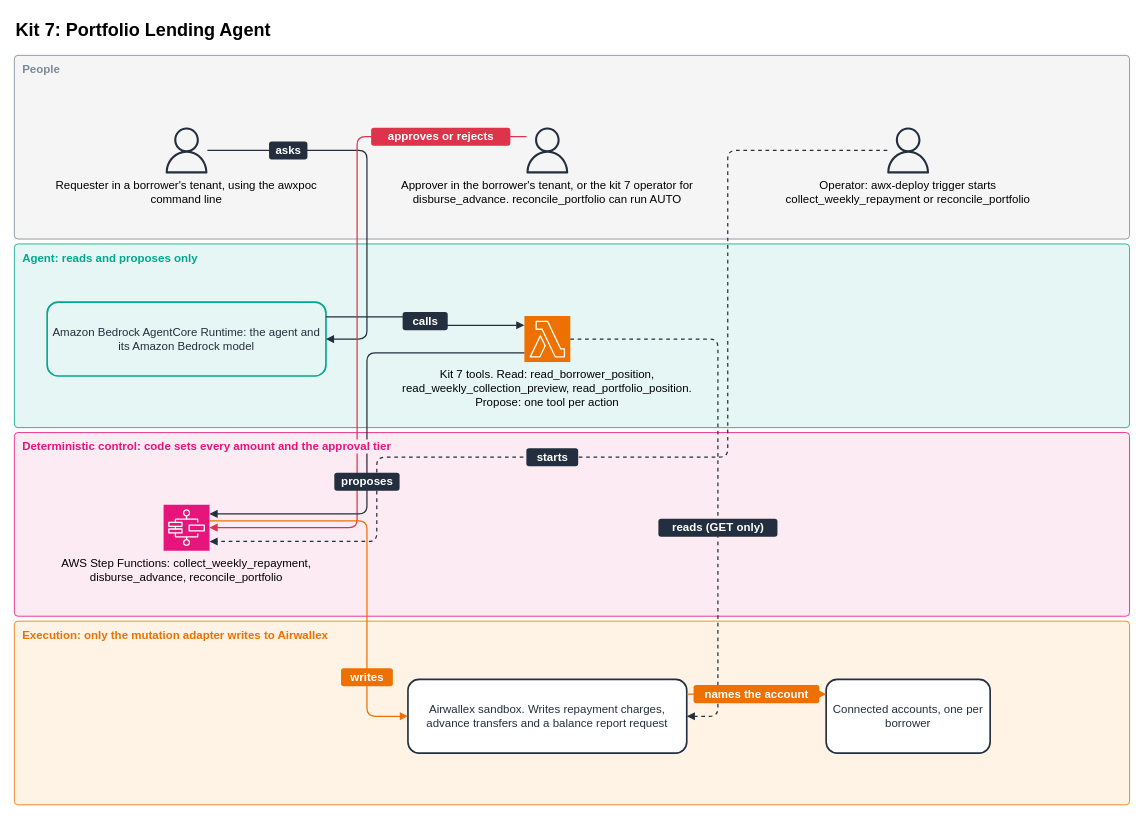
awx-devx/airwallex-agentic-banking-aws keeps this draw.io diagram as docs/architecture/overview/k7_lending.drawio. Above is the earlier version. Source tidied: cells renumbered, new cells numbered last; positions are measured from the earlier drawing's top-left corner, leaving out a move shared by most shapes. Both pictures are drawn from the tidied source at 82%, with x=0, y=0 at pixel (14, 14).
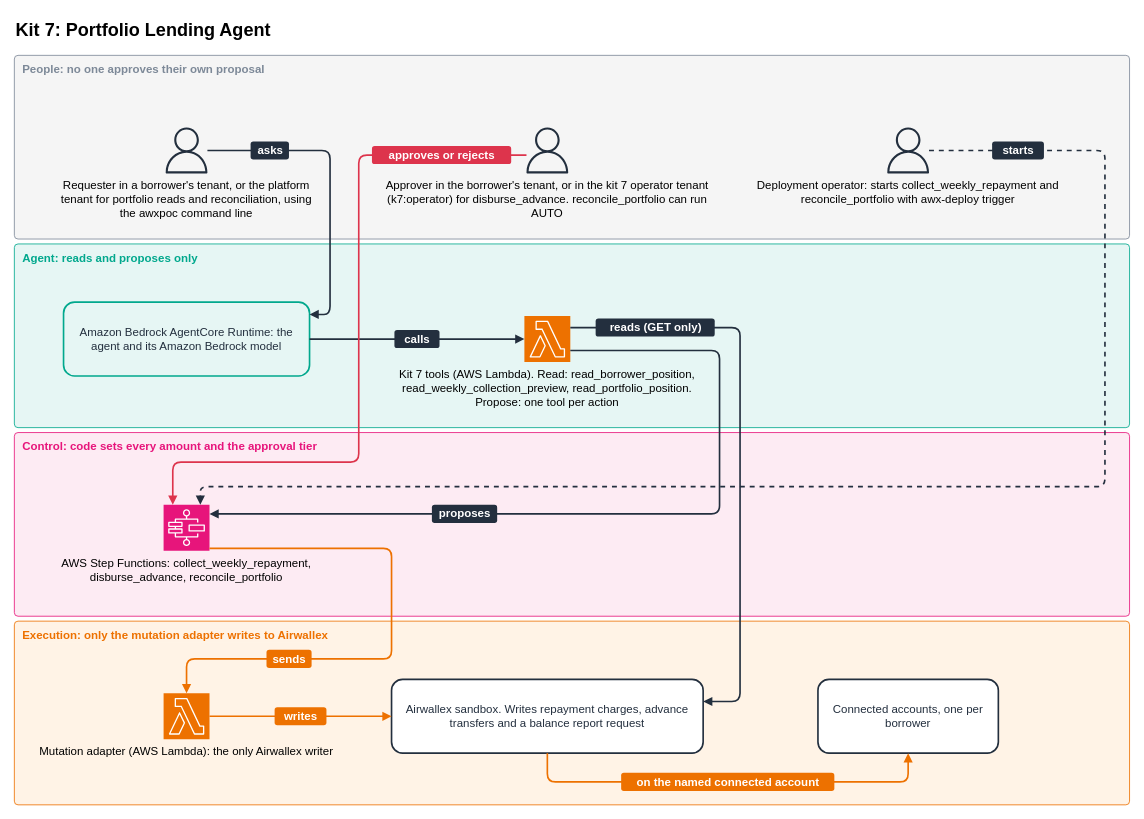
The same page after the edit.

Unchanged cells that the change refers to:
```xml
<mxCell id="7" style="sketch=0;outlineConnect=0;fontColor=#232F3E;fillColor=#232F3E;strokeColor=none;dashed=0;html=1;shape=mxgraph.aws4.user;" parent="1" vertex="1">
  <mxGeometry x="182" y="138" width="56" height="56" as="geometry" />
</mxCell>
<mxCell id="9" style="sketch=0;outlineConnect=0;fontColor=#232F3E;fillColor=#232F3E;strokeColor=none;dashed=0;html=1;shape=mxgraph.aws4.user;" parent="1" vertex="1">
  <mxGeometry x="622" y="138" width="56" height="56" as="geometry" />
</mxCell>
<mxCell id="12" style="sketch=0;outlineConnect=0;fontColor=#232F3E;fillColor=#ED7100;strokeColor=#ffffff;dashed=0;html=1;shape=mxgraph.aws4.resourceIcon;resIcon=mxgraph.aws4.lambda;" parent="1" vertex="1">
  <mxGeometry x="622" y="368" width="56" height="56" as="geometry" />
</mxCell>
<mxCell id="14" style="sketch=0;outlineConnect=0;fontColor=#232F3E;fillColor=#E7157B;strokeColor=#ffffff;dashed=0;html=1;shape=mxgraph.aws4.resourceIcon;resIcon=mxgraph.aws4.step_functions;" parent="1" vertex="1">
  <mxGeometry x="182" y="598" width="56" height="56" as="geometry" />
</mxCell>
```

Change to the diagram source:
```diff
@@
-    <mxCell id="8" value="Requester in a borrower's tenant, using the awxpoc command line" style="text;html=1;whiteSpace=wrap;verticalAlign=top;align=left;fontSize=11;align=center;verticalAlign=top;spacing=0;fontSize=14;" parent="1" vertex="1">
-      <mxGeometry x="20" y="196" width="380" height="62" as="geometry" />
+    <mxCell id="8" value="Requester in a borrower's tenant, or the platform tenant for portfolio reads and reconciliation, using the awxpoc command line" style="text;html=1;whiteSpace=wrap;verticalAlign=top;align=left;fontSize=11;align=center;verticalAlign=top;spacing=0;fontSize=14;" parent="1" vertex="1">
+      <mxGeometry x="50" y="196" width="320" height="62" as="geometry" />
     </mxCell>
@@
-    <mxCell id="10" value="Approver in the borrower's tenant, or the kit 7 operator for disburse_advance. reconcile_portfolio can run AUTO" style="text;html=1;whiteSpace=wrap;verticalAlign=top;align=left;fontSize=11;align=center;verticalAlign=top;spacing=0;fontSize=14;" parent="1" vertex="1">
-      <mxGeometry x="460" y="196" width="380" height="62" as="geometry" />
+    <mxCell id="10" value="Approver in the borrower's tenant, or in the kit 7 operator tenant (k7:operator) for disburse_advance. reconcile_portfolio can run AUTO" style="text;html=1;whiteSpace=wrap;verticalAlign=top;align=left;fontSize=11;align=center;verticalAlign=top;spacing=0;fontSize=14;" parent="1" vertex="1">
+      <mxGeometry x="440" y="196" width="420" height="62" as="geometry" />
     </mxCell>
     <mxCell id="11" value="Amazon Bedrock AgentCore Runtime: the agent and its Amazon Bedrock model" style="rounded=1;whiteSpace=wrap;html=1;fillColor=#E6F6F4;strokeColor=#01A88D;strokeWidth=2;fontSize=14;fontColor=#232F3E;spacing=4;" parent="1" vertex="1">
-      <mxGeometry x="40" y="351" width="340" height="90" as="geometry" />
+      <mxGeometry x="60" y="351" width="300" height="90" as="geometry" />
     </mxCell>
@@
-    <mxCell id="13" value="Kit 7 tools. Read: read_borrower_position, read_weekly_collection_preview, read_portfolio_position. Propose: one tool per action" style="text;html=1;whiteSpace=wrap;verticalAlign=top;align=left;fontSize=11;align=center;verticalAlign=top;spacing=0;fontSize=14;" parent="1" vertex="1">
+    <mxCell id="13" value="Kit 7 tools (AWS Lambda). Read: read_borrower_position, read_weekly_collection_preview, read_portfolio_position. Propose: one tool per action" style="text;html=1;whiteSpace=wrap;verticalAlign=top;align=left;fontSize=11;align=center;verticalAlign=top;spacing=0;fontSize=14;" parent="1" vertex="1">
       <mxGeometry x="460" y="426" width="380" height="62" as="geometry" />
     </mxCell>
@@
-    <mxCell id="16" value="Airwallex sandbox. Writes repayment charges, advance transfers and a balance report request" style="rounded=1;whiteSpace=wrap;html=1;fillColor=#FFFFFF;strokeColor=#232F3E;strokeWidth=2;fontSize=14;fontColor=#232F3E;spacing=4;" parent="1" vertex="1">
-      <mxGeometry x="480" y="811" width="340" height="90" as="geometry" />
+    <mxCell id="16" style="sketch=0;outlineConnect=0;fontColor=#232F3E;fillColor=#ED7100;strokeColor=#ffffff;dashed=0;html=1;shape=mxgraph.aws4.resourceIcon;resIcon=mxgraph.aws4.lambda;" parent="1" vertex="1">
+      <mxGeometry x="182" y="828" width="56" height="56" as="geometry" />
     </mxCell>
+    <mxCell id="40" value="Mutation adapter (AWS Lambda): the only Airwallex writer" style="text;html=1;whiteSpace=wrap;verticalAlign=top;align=left;fontSize=11;align=center;verticalAlign=top;spacing=0;fontSize=14;" parent="1" vertex="1">
+      <mxGeometry x="20" y="886" width="380" height="62" as="geometry" />
+    </mxCell>
+    <mxCell id="18" value="Airwallex sandbox. Writes repayment charges, advance transfers and a balance report request" style="rounded=1;whiteSpace=wrap;html=1;fillColor=#FFFFFF;strokeColor=#232F3E;strokeWidth=2;fontSize=14;fontColor=#232F3E;spacing=4;" parent="1" vertex="1">
+      <mxGeometry x="460" y="811" width="380" height="90" as="geometry" />
+    </mxCell>
     <mxCell id="17" value="Connected accounts, one per borrower" style="rounded=1;whiteSpace=wrap;html=1;fillColor=#FFFFFF;strokeColor=#232F3E;strokeWidth=2;fontSize=14;fontColor=#232F3E;spacing=4;" parent="1" vertex="1">
-      <mxGeometry x="990" y="811" width="200" height="90" as="geometry" />
+      <mxGeometry x="980" y="811" width="220" height="90" as="geometry" />
     </mxCell>
-    <mxCell id="18" style="sketch=0;outlineConnect=0;fontColor=#232F3E;fillColor=#232F3E;strokeColor=none;dashed=0;html=1;shape=mxgraph.aws4.user;" parent="1" vertex="1">
-      <mxGeometry x="1062" y="138" width="56" height="56" as="geometry" />
-    </mxCell>
-    <mxCell id="19" value="Operator: awx-deploy trigger starts collect_weekly_repayment or reconcile_portfolio" style="text;html=1;whiteSpace=wrap;verticalAlign=top;align=left;fontSize=11;align=center;verticalAlign=top;spacing=0;fontSize=14;" parent="1" vertex="1">
-      <mxGeometry x="900" y="196" width="380" height="62" as="geometry" />
-    </mxCell>
-    <mxCell id="20" style="edgeStyle=orthogonalEdgeStyle;rounded=1;html=1;endArrow=block;endFill=1;strokeWidth=1.5;strokeColor=#232F3E;exitX=1;exitY=0.5;entryX=1;entryY=0.5;exitDx=0;exitDy=0;entryDx=0;entryDy=0;" parent="1" edge="1" source="7" target="11">
-      <mxGeometry relative="1" as="geometry">
-        <Array as="points">
-          <mxPoint x="430" y="166" />
-          <mxPoint x="430" y="396" />
-        </Array>
-      </mxGeometry>
-    </mxCell>
-    <mxCell id="21" style="edgeStyle=orthogonalEdgeStyle;rounded=1;html=1;endArrow=block;endFill=1;strokeWidth=1.5;strokeColor=#232F3E;exitX=1;exitY=0.2;entryX=0;entryY=0.2;exitDx=0;exitDy=0;entryDx=0;entryDy=0;" parent="1" edge="1" source="11" target="12">
-      <mxGeometry relative="1" as="geometry" />
-    </mxCell>
+    <mxCell id="41" style="sketch=0;outlineConnect=0;fontColor=#232F3E;fillColor=#232F3E;strokeColor=none;dashed=0;html=1;shape=mxgraph.aws4.user;" parent="1" vertex="1">
+      <mxGeometry x="1062" y="138" width="56" height="56" as="geometry" />
+    </mxCell>
+    <mxCell id="42" value="Deployment operator: starts collect_weekly_repayment and reconcile_portfolio with awx-deploy trigger" style="text;html=1;whiteSpace=wrap;verticalAlign=top;align=left;fontSize=11;align=center;verticalAlign=top;spacing=0;fontSize=14;" parent="1" vertex="1">
+      <mxGeometry x="900" y="196" width="380" height="62" as="geometry" />
+    </mxCell>
-    <mxCell id="22" style="edgeStyle=orthogonalEdgeStyle;rounded=1;html=1;endArrow=block;endFill=1;strokeWidth=1.5;strokeColor=#DD344C;exitX=0;exitY=0.2;entryX=1;entryY=0.5;exitDx=0;exitDy=0;entryDx=0;entryDy=0;" parent="1" edge="1" source="9" target="14">
+    <mxCell id="22" style="edgeStyle=orthogonalEdgeStyle;rounded=1;html=1;endArrow=block;endFill=1;strokeWidth=2;strokeColor=#232F3E;exitX=1;exitY=0.5;entryX=1;entryY=0.16666666666666666;exitDx=0;exitDy=0;entryDx=0;entryDy=0;" parent="1" edge="1" source="7" target="11">
       <mxGeometry relative="1" as="geometry">
         <Array as="points">
-          <mxPoint x="418" y="149.2" />
-          <mxPoint x="418" y="626" />
+          <mxPoint x="385" y="166" />
+          <mxPoint x="385" y="366" />
         </Array>
       </mxGeometry>
     </mxCell>
-    <mxCell id="23" style="edgeStyle=orthogonalEdgeStyle;rounded=1;html=1;endArrow=block;endFill=1;strokeWidth=1.5;strokeColor=#232F3E;exitX=0;exitY=0.8;entryX=1;entryY=0.2;exitDx=0;exitDy=0;entryDx=0;entryDy=0;" parent="1" edge="1" source="12" target="14">
-      <mxGeometry relative="1" as="geometry">
-        <Array as="points">
-          <mxPoint x="430" y="412.8" />
-          <mxPoint x="430" y="609.2" />
-        </Array>
-      </mxGeometry>
+    <mxCell id="23" style="edgeStyle=orthogonalEdgeStyle;rounded=1;html=1;endArrow=block;endFill=1;strokeWidth=2;strokeColor=#232F3E;exitX=1;exitY=0.5;entryX=0;entryY=0.5;exitDx=0;exitDy=0;entryDx=0;entryDy=0;" parent="1" edge="1" source="11" target="12">
+      <mxGeometry relative="1" as="geometry" />
     </mxCell>
-    <mxCell id="24" style="edgeStyle=orthogonalEdgeStyle;rounded=1;html=1;endArrow=block;endFill=1;strokeWidth=1.5;strokeColor=#232F3E;exitX=0;exitY=0.5;entryX=1;entryY=0.8;exitDx=0;exitDy=0;entryDx=0;entryDy=0;dashed=1;" parent="1" edge="1" source="18" target="14">
+    <mxCell id="24" style="edgeStyle=orthogonalEdgeStyle;rounded=1;html=1;endArrow=block;endFill=1;strokeWidth=2;strokeColor=#DD344C;exitX=0;exitY=0.6;entryX=0.2;entryY=0;exitDx=0;exitDy=0;entryDx=0;entryDy=0;" parent="1" edge="1" source="9" target="14">
       <mxGeometry relative="1" as="geometry">
         <Array as="points">
-          <mxPoint x="870" y="166" />
-          <mxPoint x="870" y="540" />
-          <mxPoint x="442" y="540" />
-          <mxPoint x="442" y="642.8" />
+          <mxPoint x="420" y="171.6" />
+          <mxPoint x="420" y="546" />
+          <mxPoint x="193.2" y="546" />
         </Array>
       </mxGeometry>
     </mxCell>
-    <mxCell id="25" style="edgeStyle=orthogonalEdgeStyle;rounded=1;html=1;endArrow=block;endFill=1;strokeWidth=1.5;strokeColor=#ED7100;exitX=1;exitY=0.35;entryX=0;entryY=0.5;exitDx=0;exitDy=0;entryDx=0;entryDy=0;" parent="1" edge="1" source="14" target="16">
+    <mxCell id="25" style="edgeStyle=orthogonalEdgeStyle;rounded=1;html=1;endArrow=block;endFill=1;strokeWidth=2;strokeColor=#232F3E;exitX=1;exitY=0.75;entryX=1;entryY=0.2;exitDx=0;exitDy=0;entryDx=0;entryDy=0;" parent="1" edge="1" source="12" target="14">
       <mxGeometry relative="1" as="geometry">
         <Array as="points">
-          <mxPoint x="430" y="617.6" />
-          <mxPoint x="430" y="856" />
+          <mxPoint x="860" y="410" />
+          <mxPoint x="860" y="609.2" />
         </Array>
       </mxGeometry>
     </mxCell>
-    <mxCell id="26" style="edgeStyle=orthogonalEdgeStyle;rounded=1;html=1;endArrow=block;endFill=1;strokeWidth=1.5;strokeColor=#232F3E;exitX=1;exitY=0.5;entryX=1;entryY=0.5;exitDx=0;exitDy=0;entryDx=0;entryDy=0;dashed=1;" parent="1" edge="1" source="12" target="16">
+    <mxCell id="26" style="edgeStyle=orthogonalEdgeStyle;rounded=1;html=1;endArrow=block;endFill=1;strokeWidth=2;strokeColor=#232F3E;exitX=1;exitY=0.25;entryX=1;entryY=0.3;exitDx=0;exitDy=0;entryDx=0;entryDy=0;" parent="1" edge="1" source="12" target="18">
       <mxGeometry relative="1" as="geometry">
         <Array as="points">
-          <mxPoint x="858" y="396" />
-          <mxPoint x="858" y="856" />
+          <mxPoint x="885" y="382" />
+          <mxPoint x="885" y="838" />
         </Array>
       </mxGeometry>
     </mxCell>
-    <mxCell id="27" style="edgeStyle=orthogonalEdgeStyle;rounded=1;html=1;endArrow=block;endFill=1;strokeWidth=1.5;strokeColor=#ED7100;exitX=1;exitY=0.2;entryX=0;entryY=0.2;exitDx=0;exitDy=0;entryDx=0;entryDy=0;" parent="1" edge="1" source="16" target="17">
-      <mxGeometry relative="1" as="geometry" />
+    <mxCell id="27" style="edgeStyle=orthogonalEdgeStyle;rounded=1;html=1;endArrow=block;endFill=1;strokeWidth=2;strokeColor=#232F3E;exitX=1;exitY=0.5;entryX=0.8;entryY=0;exitDx=0;exitDy=0;entryDx=0;entryDy=0;dashed=1;" parent="1" edge="1" source="41" target="14">
+      <mxGeometry relative="1" as="geometry">
+        <Array as="points">
+          <mxPoint x="1330" y="166" />
+          <mxPoint x="1330" y="576" />
+          <mxPoint x="226.8" y="576" />
+        </Array>
+      </mxGeometry>
     </mxCell>
-    <mxCell id="28" value="People" style="text;html=1;whiteSpace=wrap;verticalAlign=top;align=left;fontSize=11;fontSize=14;fontStyle=1;fontColor=#7D8998;whiteSpace=nowrap;labelBackgroundColor=#F5F5F5;" parent="1" vertex="1">
-      <mxGeometry x="8" y="52" width="760" height="22" as="geometry" />
-    </mxCell>
+    <mxCell id="43" style="edgeStyle=orthogonalEdgeStyle;rounded=1;html=1;endArrow=block;endFill=1;strokeWidth=2;strokeColor=#ED7100;exitX=1;exitY=0.95;entryX=0.5;entryY=0;exitDx=0;exitDy=0;entryDx=0;entryDy=0;" parent="1" edge="1" source="14" target="16">
+      <mxGeometry relative="1" as="geometry">
+        <Array as="points">
+          <mxPoint x="460" y="651.2" />
+          <mxPoint x="460" y="786" />
+          <mxPoint x="210" y="786" />
+        </Array>
+      </mxGeometry>
+    </mxCell>
+    <mxCell id="44" style="edgeStyle=orthogonalEdgeStyle;rounded=1;html=1;endArrow=block;endFill=1;strokeWidth=2;strokeColor=#ED7100;exitX=1;exitY=0.5;entryX=0;entryY=0.5;exitDx=0;exitDy=0;entryDx=0;entryDy=0;" parent="1" edge="1" source="16" target="18">
+      <mxGeometry relative="1" as="geometry" />
+    </mxCell>
+    <mxCell id="45" style="edgeStyle=orthogonalEdgeStyle;rounded=1;html=1;endArrow=block;endFill=1;strokeWidth=2;strokeColor=#ED7100;exitX=0.5;exitY=1;entryX=0.5;entryY=1;exitDx=0;exitDy=0;entryDx=0;entryDy=0;" parent="1" edge="1" source="18" target="17">
+      <mxGeometry relative="1" as="geometry">
+        <Array as="points">
+          <mxPoint x="650" y="936" />
+          <mxPoint x="1090" y="936" />
+        </Array>
+      </mxGeometry>
+    </mxCell>
+    <mxCell id="46" value="People: no one approves their own proposal" style="text;html=1;whiteSpace=wrap;verticalAlign=top;align=left;fontSize=11;fontSize=14;fontStyle=1;fontColor=#7D8998;whiteSpace=nowrap;labelBackgroundColor=#F5F5F5;" parent="1" vertex="1">
+      <mxGeometry x="8" y="52" width="760" height="22" as="geometry" />
+    </mxCell>
@@
-    <mxCell id="30" value="Deterministic control: code sets every amount and the approval tier" style="text;html=1;whiteSpace=wrap;verticalAlign=top;align=left;fontSize=11;fontSize=14;fontStyle=1;fontColor=#E7157B;whiteSpace=nowrap;labelBackgroundColor=#FDEBF3;" parent="1" vertex="1">
-      <mxGeometry x="8" y="512" width="760" height="22" as="geometry" />
-    </mxCell>
+    <mxCell id="47" value="Control: code sets every amount and the approval tier" style="text;html=1;whiteSpace=wrap;verticalAlign=top;align=left;fontSize=11;fontSize=14;fontStyle=1;fontColor=#E7157B;whiteSpace=nowrap;labelBackgroundColor=#FDEBF3;" parent="1" vertex="1">
+      <mxGeometry x="8" y="512" width="760" height="22" as="geometry" />
+    </mxCell>
@@
-    <mxCell id="32" value="asks" style="text;html=1;align=center;verticalAlign=middle;fontSize=14;fontStyle=1;fontColor=#FFFFFF;fillColor=#232F3E;strokeColor=none;rounded=1;" parent="1" vertex="1">
-      <mxGeometry x="310.6" y="155" width="46.8" height="22" as="geometry" />
-    </mxCell>
-    <mxCell id="33" value="calls" style="text;html=1;align=center;verticalAlign=middle;fontSize=14;fontStyle=1;fontColor=#FFFFFF;fillColor=#232F3E;strokeColor=none;rounded=1;" parent="1" vertex="1">
-      <mxGeometry x="473.5" y="363.1" width="55" height="22" as="geometry" />
-    </mxCell>
-    <mxCell id="34" value="approves or rejects" style="text;html=1;align=center;verticalAlign=middle;fontSize=14;fontStyle=1;fontColor=#FFFFFF;fillColor=#DD344C;strokeColor=none;rounded=1;" parent="1" vertex="1">
-      <mxGeometry x="435.1" y="138.2" width="169.8" height="22" as="geometry" />
-    </mxCell>
-    <mxCell id="35" value="proposes" style="text;html=1;align=center;verticalAlign=middle;fontSize=14;fontStyle=1;fontColor=#FFFFFF;fillColor=#232F3E;strokeColor=none;rounded=1;" parent="1" vertex="1">
-      <mxGeometry x="390.2" y="558.9" width="79.6" height="22" as="geometry" />
+    <mxCell id="35" value="asks" style="text;html=1;align=center;verticalAlign=middle;fontSize=14;fontStyle=1;fontColor=#FFFFFF;fillColor=#232F3E;strokeColor=none;rounded=1;" parent="1" vertex="1">
+      <mxGeometry x="288.1" y="155" width="46.8" height="22" as="geometry" />
     </mxCell>
-    <mxCell id="36" value="starts" style="text;html=1;align=center;verticalAlign=middle;fontSize=14;fontStyle=1;fontColor=#FFFFFF;fillColor=#232F3E;strokeColor=none;rounded=1;" parent="1" vertex="1">
-      <mxGeometry x="624.4" y="529" width="63.2" height="22" as="geometry" />
+    <mxCell id="36" value="calls" style="text;html=1;align=center;verticalAlign=middle;fontSize=14;fontStyle=1;fontColor=#FFFFFF;fillColor=#232F3E;strokeColor=none;rounded=1;" parent="1" vertex="1">
+      <mxGeometry x="463.5" y="385" width="55" height="22" as="geometry" />
     </mxCell>
-    <mxCell id="37" value="writes" style="text;html=1;align=center;verticalAlign=middle;fontSize=14;fontStyle=1;fontColor=#FFFFFF;fillColor=#ED7100;strokeColor=none;rounded=1;" parent="1" vertex="1">
-      <mxGeometry x="398.4" y="797.3" width="63.2" height="22" as="geometry" />
+    <mxCell id="37" value="approves or rejects" style="text;html=1;align=center;verticalAlign=middle;fontSize=14;fontStyle=1;fontColor=#FFFFFF;fillColor=#DD344C;strokeColor=none;rounded=1;" parent="1" vertex="1">
+      <mxGeometry x="436.1" y="160.6" width="169.8" height="22" as="geometry" />
     </mxCell>
-    <mxCell id="38" value="reads (GET only)" style="text;html=1;align=center;verticalAlign=middle;fontSize=14;fontStyle=1;fontColor=#FFFFFF;fillColor=#232F3E;strokeColor=none;rounded=1;" parent="1" vertex="1">
-      <mxGeometry x="785.4" y="615" width="145.2" height="22" as="geometry" />
+    <mxCell id="38" value="proposes" style="text;html=1;align=center;verticalAlign=middle;fontSize=14;fontStyle=1;fontColor=#FFFFFF;fillColor=#232F3E;strokeColor=none;rounded=1;" parent="1" vertex="1">
+      <mxGeometry x="509.2" y="598.2" width="79.6" height="22" as="geometry" />
     </mxCell>
-    <mxCell id="39" value="names the account" style="text;html=1;align=center;verticalAlign=middle;fontSize=14;fontStyle=1;fontColor=#FFFFFF;fillColor=#ED7100;strokeColor=none;rounded=1;" parent="1" vertex="1">
-      <mxGeometry x="828.3" y="818" width="153.4" height="22" as="geometry" />
+    <mxCell id="39" value="reads (GET only)" style="text;html=1;align=center;verticalAlign=middle;fontSize=14;fontStyle=1;fontColor=#FFFFFF;fillColor=#232F3E;strokeColor=none;rounded=1;" parent="1" vertex="1">
+      <mxGeometry x="708.9" y="371" width="145.2" height="22" as="geometry" />
     </mxCell>
+    <mxCell id="48" value="starts" style="text;html=1;align=center;verticalAlign=middle;fontSize=14;fontStyle=1;fontColor=#FFFFFF;fillColor=#232F3E;strokeColor=none;rounded=1;" parent="1" vertex="1">
+      <mxGeometry x="1192.4" y="155" width="63.2" height="22" as="geometry" />
+    </mxCell>
+    <mxCell id="49" value="sends" style="text;html=1;align=center;verticalAlign=middle;fontSize=14;fontStyle=1;fontColor=#FFFFFF;fillColor=#ED7100;strokeColor=none;rounded=1;" parent="1" vertex="1">
+      <mxGeometry x="307.5" y="775" width="55" height="22" as="geometry" />
+    </mxCell>
+    <mxCell id="50" value="writes" style="text;html=1;align=center;verticalAlign=middle;fontSize=14;fontStyle=1;fontColor=#FFFFFF;fillColor=#ED7100;strokeColor=none;rounded=1;" parent="1" vertex="1">
+      <mxGeometry x="317.4" y="845" width="63.2" height="22" as="geometry" />
+    </mxCell>
+    <mxCell id="51" value="on the named connected account" style="text;html=1;align=center;verticalAlign=middle;fontSize=14;fontStyle=1;fontColor=#FFFFFF;fillColor=#ED7100;strokeColor=none;rounded=1;" parent="1" vertex="1">
+      <mxGeometry x="740" y="925" width="260" height="22" as="geometry" />
+    </mxCell>
```
